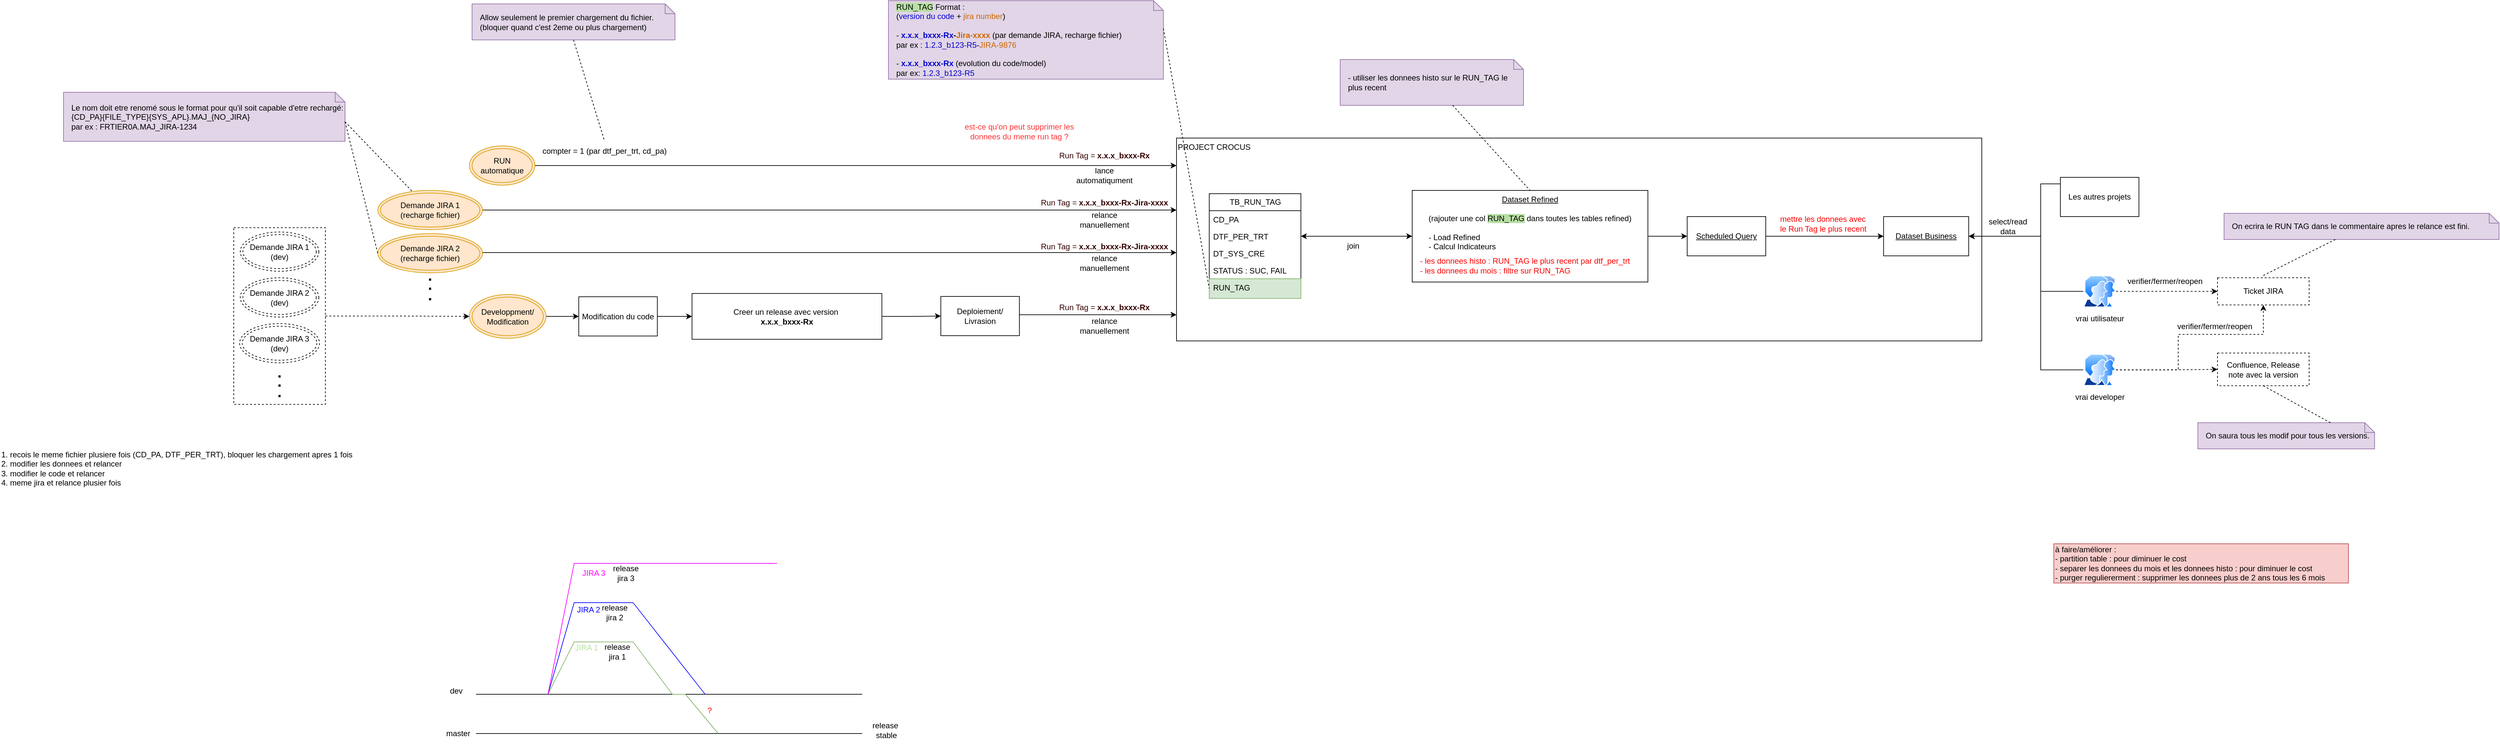
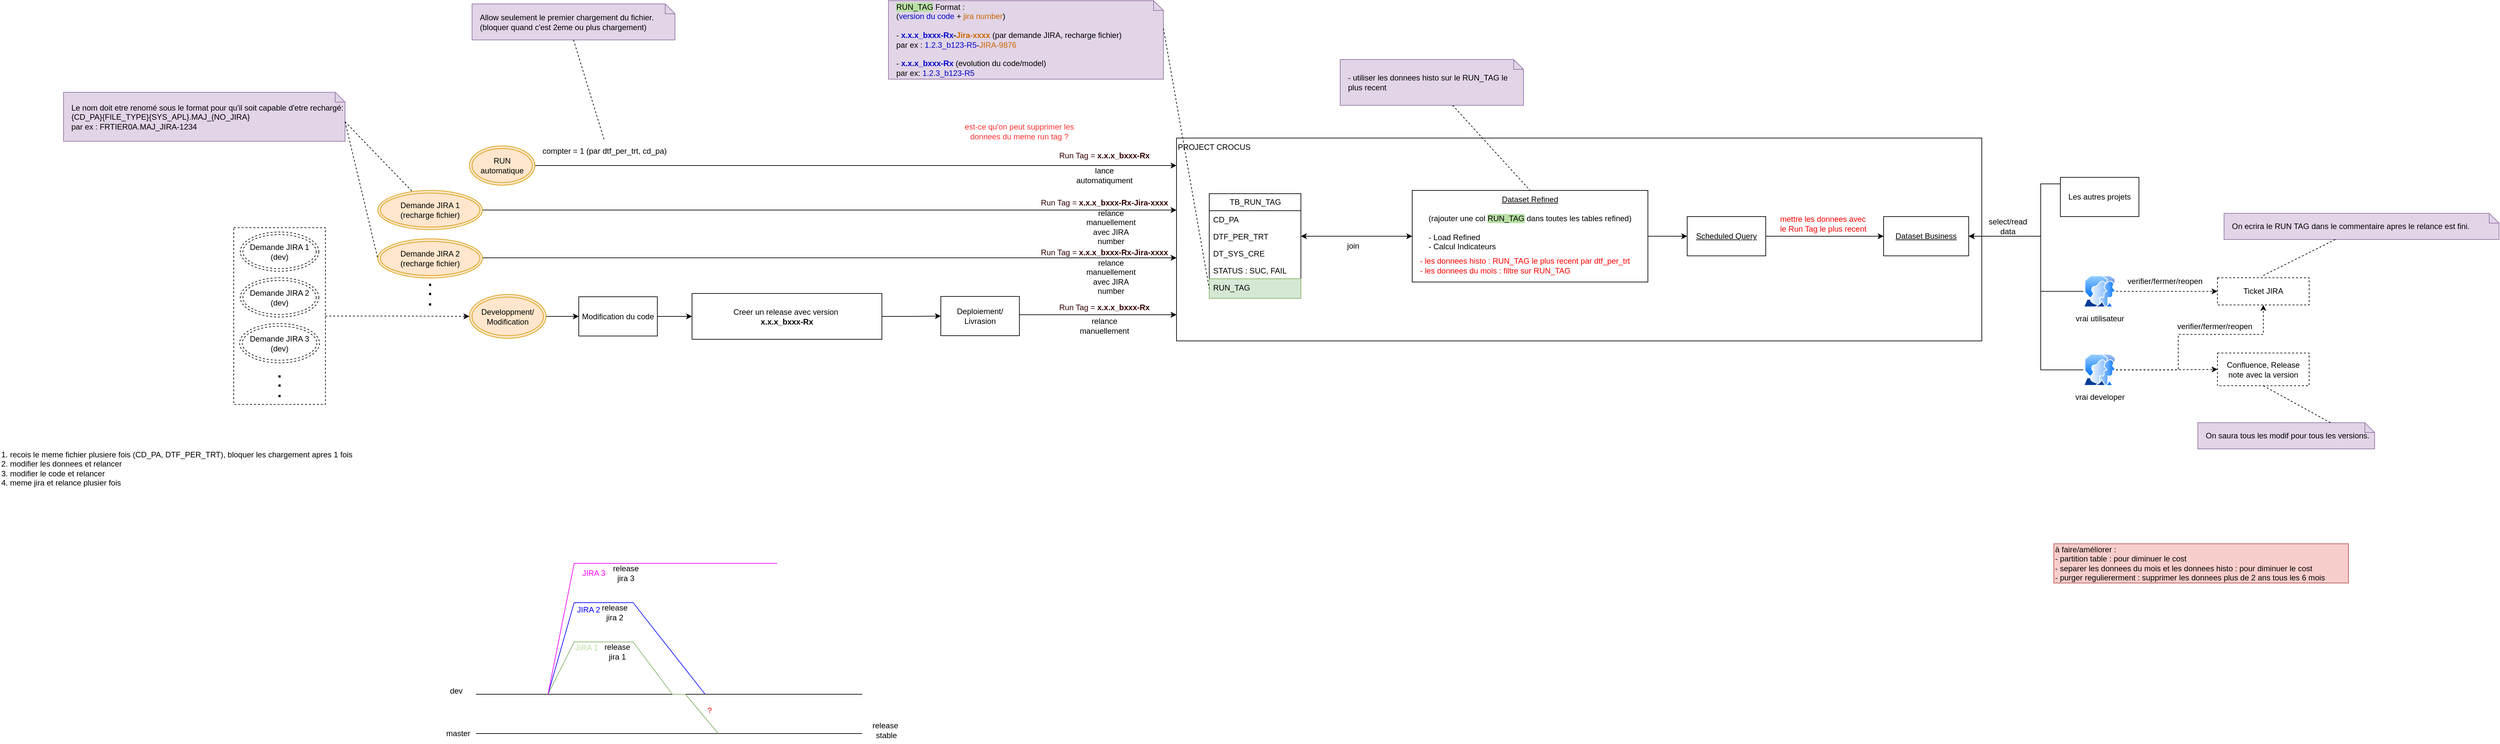
<mxfile host="app.diagrams.net">
  <diagram name="Page-1" id="bEAYSmEDHXBXhFzCy1HB">
-     <mxGraphModel dx="3279" dy="1847" grid="1" gridSize="10" guides="1" tooltips="1" connect="1" arrows="1" fold="1" page="1" pageScale="1" pageWidth="827" pageHeight="1169" math="0" shadow="0">
+     <mxGraphModel dx="3038" dy="1747" grid="1" gridSize="10" guides="1" tooltips="1" connect="1" arrows="1" fold="1" page="1" pageScale="1" pageWidth="827" pageHeight="1169" math="0" shadow="0">
      <root>
        <mxCell id="0" />
        <mxCell id="1" parent="0" />
        <mxCell id="cKu8MT6L8Fp_BZaxLZj7-22" edge="1" parent="1" source="cKu8MT6L8Fp_BZaxLZj7-16" style="edgeStyle=orthogonalEdgeStyle;rounded=0;orthogonalLoop=1;jettySize=auto;html=1;dashed=1;" target="QUzsFoNl6aFI_2ed8XXq-33">
          <mxGeometry relative="1" as="geometry">
            <Array as="points" />
            <mxPoint x="-937.4999999999995" y="382" as="sourcePoint" />
            <mxPoint x="-602.4999999999995" y="365" as="targetPoint" />
          </mxGeometry>
        </mxCell>
        <mxCell id="cKu8MT6L8Fp_BZaxLZj7-16" parent="1" style="rounded=0;whiteSpace=wrap;html=1;dashed=1;" value="" vertex="1">
          <mxGeometry height="270" width="140" x="-1070" y="247" as="geometry" />
        </mxCell>
        <mxCell id="QUzsFoNl6aFI_2ed8XXq-13" parent="1" style="rounded=0;whiteSpace=wrap;html=1;align=left;verticalAlign=top;" value="PROJECT CROCUS" vertex="1">
          <mxGeometry height="310" width="1230" x="370" y="110" as="geometry" />
        </mxCell>
        <mxCell id="QUzsFoNl6aFI_2ed8XXq-1" parent="1" style="swimlane;fontStyle=0;childLayout=stackLayout;horizontal=1;startSize=26;fillColor=none;horizontalStack=0;resizeParent=1;resizeParentMax=0;resizeLast=0;collapsible=1;marginBottom=0;html=1;" value="TB_RUN_TAG" vertex="1">
          <mxGeometry height="160" width="140" x="420" y="195" as="geometry" />
        </mxCell>
        <mxCell id="QUzsFoNl6aFI_2ed8XXq-2" parent="QUzsFoNl6aFI_2ed8XXq-1" style="text;strokeColor=none;fillColor=none;align=left;verticalAlign=top;spacingLeft=4;spacingRight=4;overflow=hidden;rotatable=0;points=[[0,0.5],[1,0.5]];portConstraint=eastwest;whiteSpace=wrap;html=1;" value="CD_PA" vertex="1">
          <mxGeometry height="26" width="140" y="26" as="geometry" />
        </mxCell>
        <mxCell id="QUzsFoNl6aFI_2ed8XXq-3" parent="QUzsFoNl6aFI_2ed8XXq-1" style="text;strokeColor=none;fillColor=none;align=left;verticalAlign=top;spacingLeft=4;spacingRight=4;overflow=hidden;rotatable=0;points=[[0,0.5],[1,0.5]];portConstraint=eastwest;whiteSpace=wrap;html=1;" value="DTF_PER_TRT" vertex="1">
          <mxGeometry height="26" width="140" y="52" as="geometry" />
        </mxCell>
        <mxCell id="QUzsFoNl6aFI_2ed8XXq-4" parent="QUzsFoNl6aFI_2ed8XXq-1" style="text;strokeColor=none;fillColor=none;align=left;verticalAlign=top;spacingLeft=4;spacingRight=4;overflow=hidden;rotatable=0;points=[[0,0.5],[1,0.5]];portConstraint=eastwest;whiteSpace=wrap;html=1;" value="DT_SYS_CRE" vertex="1">
          <mxGeometry height="26" width="140" y="78" as="geometry" />
        </mxCell>
        <mxCell id="QUzsFoNl6aFI_2ed8XXq-105" parent="QUzsFoNl6aFI_2ed8XXq-1" style="text;strokeColor=none;fillColor=none;align=left;verticalAlign=top;spacingLeft=4;spacingRight=4;overflow=hidden;rotatable=0;points=[[0,0.5],[1,0.5]];portConstraint=eastwest;whiteSpace=wrap;html=1;" value="STATUS : SUC, FAIL" vertex="1">
          <mxGeometry height="26" width="140" y="104" as="geometry" />
        </mxCell>
        <mxCell id="QUzsFoNl6aFI_2ed8XXq-5" parent="QUzsFoNl6aFI_2ed8XXq-1" style="text;strokeColor=#82b366;fillColor=#d5e8d4;align=left;verticalAlign=top;spacingLeft=4;spacingRight=4;overflow=hidden;rotatable=0;points=[[0,0.5],[1,0.5]];portConstraint=eastwest;whiteSpace=wrap;html=1;" value="RUN_TAG" vertex="1">
          <mxGeometry height="30" width="140" y="130" as="geometry" />
        </mxCell>
        <mxCell id="QUzsFoNl6aFI_2ed8XXq-7" parent="1" style="shape=note;size=15;align=left;spacingLeft=10;html=1;whiteSpace=wrap;fillColor=#e1d5e7;strokeColor=#9673a6;" value="&lt;span style=&quot;background-color: rgb(185, 224, 165);&quot;&gt;RUN_TAG&lt;/span&gt; Format :&amp;nbsp;&lt;div&gt;(&lt;font style=&quot;color: rgb(0, 0, 204);&quot;&gt;version du code&lt;/font&gt; +&lt;font style=&quot;color: rgb(204, 102, 0);&quot;&gt; &lt;font&gt;jira number&lt;/font&gt;&lt;/font&gt;)&lt;/div&gt;&lt;div&gt;&lt;br&gt;&lt;div&gt;- &lt;b&gt;&lt;font style=&quot;color: rgb(0, 0, 204);&quot;&gt;x.x.x_bxxx-Rx&lt;/font&gt;-&lt;font style=&quot;color: rgb(204, 102, 0);&quot;&gt;Jira-xxxx&lt;/font&gt;&lt;/b&gt; (par demande JIRA, recharge fichier)&amp;nbsp;&lt;/div&gt;&lt;div&gt;par ex : &lt;font style=&quot;color: rgb(0, 0, 204);&quot;&gt;1.2.3_b123-R5&lt;/font&gt;-&lt;font style=&quot;color: rgb(204, 102, 0);&quot;&gt;JIRA-9876&lt;/font&gt;&lt;/div&gt;&lt;div&gt;&lt;br&gt;&lt;/div&gt;&lt;div&gt;-&lt;b&gt; &lt;font style=&quot;color: rgb(0, 0, 204);&quot;&gt;x.x.x_bxxx-Rx&lt;/font&gt;&lt;/b&gt; (evolution du code/model)&lt;/div&gt;&lt;div&gt;&lt;span style=&quot;background-color: transparent; color: light-dark(rgb(0, 0, 0), rgb(255, 255, 255));&quot;&gt;par ex: &lt;/span&gt;&lt;span style=&quot;background-color: transparent;&quot;&gt;&lt;font style=&quot;color: light-dark(rgb(0, 0, 204), rgb(255, 255, 255));&quot;&gt;1.2.3_b123-R5&lt;/font&gt;&lt;/span&gt;&lt;/div&gt;&lt;/div&gt;" vertex="1">
          <mxGeometry height="120" width="420" x="-70" y="-100" as="geometry" />
        </mxCell>
        <mxCell id="QUzsFoNl6aFI_2ed8XXq-8" edge="1" parent="1" source="QUzsFoNl6aFI_2ed8XXq-7" style="edgeStyle=none;endArrow=none;exitX=0;exitY=0;dashed=1;html=1;rounded=0;entryX=0;entryY=0.5;entryDx=0;entryDy=0;exitDx=420;exitDy=42.5;exitPerimeter=0;" target="QUzsFoNl6aFI_2ed8XXq-5" value="">
          <mxGeometry relative="1" x="1" as="geometry">
            <mxPoint x="590" y="660" as="targetPoint" />
          </mxGeometry>
        </mxCell>
        <mxCell id="QUzsFoNl6aFI_2ed8XXq-10" parent="1" style="rounded=0;whiteSpace=wrap;html=1;dashed=1;" value="Confluence, Release note avec la v&lt;span style=&quot;background-color: transparent; color: light-dark(rgb(0, 0, 0), rgb(255, 255, 255));&quot;&gt;ersion&lt;/span&gt;" vertex="1">
          <mxGeometry height="50" width="140" x="1960" y="438.5" as="geometry" />
        </mxCell>
        <mxCell id="QUzsFoNl6aFI_2ed8XXq-11" parent="1" style="rounded=0;whiteSpace=wrap;html=1;dashed=1;" value="Ticket JIRA" vertex="1">
          <mxGeometry height="41.5" width="140" x="1960" y="323.5" as="geometry" />
        </mxCell>
        <mxCell id="QUzsFoNl6aFI_2ed8XXq-42" edge="1" parent="1" source="QUzsFoNl6aFI_2ed8XXq-12" style="edgeStyle=orthogonalEdgeStyle;rounded=0;orthogonalLoop=1;jettySize=auto;html=1;entryX=1;entryY=0.5;entryDx=0;entryDy=0;startArrow=classic;startFill=1;" target="QUzsFoNl6aFI_2ed8XXq-3">
          <mxGeometry relative="1" as="geometry" />
        </mxCell>
        <mxCell id="QUzsFoNl6aFI_2ed8XXq-50" edge="1" parent="1" source="QUzsFoNl6aFI_2ed8XXq-12" style="edgeStyle=orthogonalEdgeStyle;rounded=0;orthogonalLoop=1;jettySize=auto;html=1;" target="QUzsFoNl6aFI_2ed8XXq-46">
          <mxGeometry relative="1" as="geometry">
            <Array as="points" />
          </mxGeometry>
        </mxCell>
        <mxCell id="QUzsFoNl6aFI_2ed8XXq-12" parent="1" style="rounded=0;whiteSpace=wrap;html=1;verticalAlign=top;" value="&lt;u&gt;Dataset Refined&lt;/u&gt;&lt;div&gt;&lt;u&gt;&lt;br&gt;&lt;/u&gt;&lt;div&gt;(rajouter une col &lt;span style=&quot;background-color: rgb(185, 224, 165);&quot;&gt;RUN_TAG&lt;/span&gt;&lt;span&gt; &lt;/span&gt;dans toutes les tables refined)&lt;/div&gt;&lt;div&gt;&lt;br&gt;&lt;/div&gt;&lt;div style=&quot;text-align: left;&quot;&gt;- Load Refined&amp;nbsp; &amp;nbsp; &amp;nbsp; &amp;nbsp;&lt;/div&gt;&lt;div style=&quot;text-align: left;&quot;&gt;- Calcul Indicateurs&lt;/div&gt;&lt;/div&gt;" vertex="1">
          <mxGeometry height="140" width="360" x="730" y="190" as="geometry" />
        </mxCell>
        <mxCell id="QUzsFoNl6aFI_2ed8XXq-27" edge="1" parent="1" source="QUzsFoNl6aFI_2ed8XXq-33" style="edgeStyle=orthogonalEdgeStyle;rounded=0;orthogonalLoop=1;jettySize=auto;html=1;entryX=0;entryY=0.5;entryDx=0;entryDy=0;" target="QUzsFoNl6aFI_2ed8XXq-23">
          <mxGeometry relative="1" as="geometry">
            <mxPoint x="-740" y="198" as="sourcePoint" />
          </mxGeometry>
        </mxCell>
        <mxCell id="QUzsFoNl6aFI_2ed8XXq-19" parent="1" style="text;html=1;whiteSpace=wrap;strokeColor=none;fillColor=none;align=center;verticalAlign=middle;rounded=0;fontColor=#330000;" value="&lt;font style=&quot;&quot;&gt;Run Tag =&amp;nbsp;&lt;/font&gt;&lt;b style=&quot;text-align: left;&quot;&gt;x.x.x_bxxx-Rx-Jira-xxxx&lt;/b&gt;" vertex="1">
-           <mxGeometry height="30" width="200" x="160" y="260.5" as="geometry" />
+           <mxGeometry height="30" width="200" x="160" y="269.5" as="geometry" />
        </mxCell>
        <mxCell id="cKu8MT6L8Fp_BZaxLZj7-37" edge="1" parent="1" source="QUzsFoNl6aFI_2ed8XXq-23" style="edgeStyle=orthogonalEdgeStyle;rounded=0;orthogonalLoop=1;jettySize=auto;html=1;" target="QUzsFoNl6aFI_2ed8XXq-25">
          <mxGeometry relative="1" as="geometry" />
        </mxCell>
        <mxCell id="QUzsFoNl6aFI_2ed8XXq-23" parent="1" style="rounded=0;whiteSpace=wrap;html=1;" value="Modification du code" vertex="1">
          <mxGeometry height="60" width="120" x="-543" y="352.5" as="geometry" />
        </mxCell>
        <mxCell id="QUzsFoNl6aFI_2ed8XXq-31" edge="1" parent="1" source="QUzsFoNl6aFI_2ed8XXq-24" style="edgeStyle=orthogonalEdgeStyle;rounded=0;orthogonalLoop=1;jettySize=auto;html=1;" target="QUzsFoNl6aFI_2ed8XXq-13">
          <mxGeometry relative="1" as="geometry">
            <Array as="points">
              <mxPoint x="180" y="380" />
              <mxPoint x="180" y="380" />
            </Array>
            <mxPoint x="380" y="373" as="targetPoint" />
          </mxGeometry>
        </mxCell>
        <mxCell id="QUzsFoNl6aFI_2ed8XXq-24" parent="1" style="rounded=0;whiteSpace=wrap;html=1;" value="Deploiement/ Livrasion" vertex="1">
          <mxGeometry height="60" width="120" x="10" y="352" as="geometry" />
        </mxCell>
        <mxCell id="cKu8MT6L8Fp_BZaxLZj7-38" edge="1" parent="1" source="QUzsFoNl6aFI_2ed8XXq-25" style="edgeStyle=orthogonalEdgeStyle;rounded=0;orthogonalLoop=1;jettySize=auto;html=1;" target="QUzsFoNl6aFI_2ed8XXq-24">
          <mxGeometry relative="1" as="geometry" />
        </mxCell>
        <mxCell id="QUzsFoNl6aFI_2ed8XXq-25" parent="1" style="rounded=0;whiteSpace=wrap;html=1;" value="Creer un release avec version&amp;nbsp;&lt;div&gt;&lt;span style=&quot;text-align: left;&quot;&gt;&lt;b&gt;x.x.x_bxxx-Rx&lt;/b&gt;&lt;/span&gt;&lt;/div&gt;" vertex="1">
          <mxGeometry height="70" width="290" x="-370" y="347.5" as="geometry" />
        </mxCell>
        <mxCell id="QUzsFoNl6aFI_2ed8XXq-33" parent="1" style="ellipse;shape=doubleEllipse;whiteSpace=wrap;html=1;fillColor=#ffe6cc;strokeColor=#d79b00;" value="Developpment/&lt;div&gt;Modification&lt;/div&gt;" vertex="1">
          <mxGeometry height="67" width="117" x="-710" y="349" as="geometry" />
        </mxCell>
-         <mxCell id="cKu8MT6L8Fp_BZaxLZj7-5" edge="1" parent="1" style="edgeStyle=orthogonalEdgeStyle;rounded=0;orthogonalLoop=1;jettySize=auto;html=1;" target="QUzsFoNl6aFI_2ed8XXq-13">
-           <mxGeometry relative="1" as="geometry">
-             <Array as="points">
-               <mxPoint x="110" y="285" />
-               <mxPoint x="110" y="285" />
-             </Array>
-             <mxPoint x="-690.0000000000005" y="285" as="sourcePoint" />
-             <mxPoint x="380" y="285" as="targetPoint" />
+         <mxCell id="cKu8MT6L8Fp_BZaxLZj7-5" edge="1" parent="1" style="edgeStyle=orthogonalEdgeStyle;rounded=0;orthogonalLoop=1;jettySize=auto;html=1;">
+           <mxGeometry relative="1" as="geometry">
+             <Array as="points">
+               <mxPoint x="110" y="293" />
+               <mxPoint x="110" y="293" />
+             </Array>
+             <mxPoint x="-690.0000000000005" y="293" as="sourcePoint" />
+             <mxPoint x="370" y="293" as="targetPoint" />
          </mxGeometry>
        </mxCell>
        <mxCell id="QUzsFoNl6aFI_2ed8XXq-34" parent="1" style="ellipse;shape=doubleEllipse;whiteSpace=wrap;html=1;fillColor=#ffe6cc;strokeColor=#d79b00;" value="Demande JIRA 2&lt;div&gt;(recharge fichier)&lt;/div&gt;" vertex="1">
-           <mxGeometry height="60" width="160" x="-850" y="256" as="geometry" />
+           <mxGeometry height="60" width="160" x="-850" y="264" as="geometry" />
        </mxCell>
        <mxCell id="QUzsFoNl6aFI_2ed8XXq-36" edge="1" parent="1" source="QUzsFoNl6aFI_2ed8XXq-35" style="edgeStyle=orthogonalEdgeStyle;rounded=0;orthogonalLoop=1;jettySize=auto;html=1;" target="QUzsFoNl6aFI_2ed8XXq-13">
          <mxGeometry relative="1" as="geometry">
            <Array as="points">
              <mxPoint x="140" y="152" />
              <mxPoint x="140" y="152" />
            </Array>
            <mxPoint x="380" y="152.0588235294117" as="targetPoint" />
          </mxGeometry>
        </mxCell>
        <mxCell id="QUzsFoNl6aFI_2ed8XXq-35" parent="1" style="ellipse;shape=doubleEllipse;whiteSpace=wrap;html=1;fillColor=#ffe6cc;strokeColor=#d79b00;" value="RUN automatique" vertex="1">
          <mxGeometry height="60" width="100" x="-710" y="122" as="geometry" />
        </mxCell>
        <mxCell id="QUzsFoNl6aFI_2ed8XXq-40" parent="1" style="shape=note;size=15;align=left;spacingLeft=10;html=1;whiteSpace=wrap;fillColor=#e1d5e7;strokeColor=#9673a6;" value="&lt;div&gt;- utiliser les donnees histo sur le RUN_TAG le plus recent&lt;/div&gt;" vertex="1">
          <mxGeometry height="70" width="280" x="620" y="-10" as="geometry" />
        </mxCell>
        <mxCell id="QUzsFoNl6aFI_2ed8XXq-41" edge="1" parent="1" source="QUzsFoNl6aFI_2ed8XXq-40" style="edgeStyle=none;endArrow=none;dashed=1;html=1;rounded=0;entryX=0.5;entryY=0;entryDx=0;entryDy=0;" target="QUzsFoNl6aFI_2ed8XXq-12" value="">
          <mxGeometry relative="1" x="1" as="geometry">
            <mxPoint x="720" y="650" as="sourcePoint" />
            <mxPoint x="772" y="500" as="targetPoint" />
          </mxGeometry>
        </mxCell>
        <mxCell id="QUzsFoNl6aFI_2ed8XXq-43" parent="1" style="text;html=1;whiteSpace=wrap;strokeColor=none;fillColor=none;align=left;verticalAlign=middle;rounded=0;" value="&lt;font style=&quot;color: rgb(255, 0, 0);&quot;&gt;- les donnees histo : RUN_TAG le plus recent par dtf_per_trt&lt;/font&gt;&lt;div&gt;&lt;font style=&quot;color: rgb(255, 0, 0);&quot;&gt;- les donnees du mois : f&lt;/font&gt;&lt;span style=&quot;color: light-dark(rgb(255, 0, 0), rgb(255, 144, 144)); background-color: transparent;&quot;&gt;iltre sur RUN_TAG&lt;/span&gt;&lt;/div&gt;" vertex="1">
          <mxGeometry height="30" width="370" x="740" y="290" as="geometry" />
        </mxCell>
        <mxCell id="QUzsFoNl6aFI_2ed8XXq-45" parent="1" style="rounded=0;whiteSpace=wrap;html=1;" value="&lt;u&gt;Dataset Business&lt;/u&gt;" vertex="1">
          <mxGeometry height="60" width="130" x="1450" y="230" as="geometry" />
        </mxCell>
        <mxCell id="QUzsFoNl6aFI_2ed8XXq-48" edge="1" parent="1" source="QUzsFoNl6aFI_2ed8XXq-46" style="edgeStyle=orthogonalEdgeStyle;rounded=0;orthogonalLoop=1;jettySize=auto;html=1;" target="QUzsFoNl6aFI_2ed8XXq-45">
          <mxGeometry relative="1" as="geometry" />
        </mxCell>
        <mxCell id="QUzsFoNl6aFI_2ed8XXq-46" parent="1" style="rounded=0;whiteSpace=wrap;html=1;" value="&lt;u&gt;Scheduled Query&lt;/u&gt;" vertex="1">
          <mxGeometry height="60" width="120" x="1150" y="230" as="geometry" />
        </mxCell>
        <mxCell id="QUzsFoNl6aFI_2ed8XXq-51" parent="1" style="text;html=1;whiteSpace=wrap;strokeColor=none;fillColor=none;align=left;verticalAlign=middle;rounded=0;fontColor=#FF0000;" value="mettre les donnees avec le Run Tag le plus recent" vertex="1">
          <mxGeometry height="30" width="140" x="1290" y="226" as="geometry" />
        </mxCell>
        <mxCell id="QUzsFoNl6aFI_2ed8XXq-59" edge="1" parent="1" source="QUzsFoNl6aFI_2ed8XXq-52" style="edgeStyle=orthogonalEdgeStyle;rounded=0;orthogonalLoop=1;jettySize=auto;html=1;entryX=1;entryY=0.5;entryDx=0;entryDy=0;" target="QUzsFoNl6aFI_2ed8XXq-45">
          <mxGeometry relative="1" as="geometry">
            <Array as="points">
              <mxPoint x="1690" y="180" />
              <mxPoint x="1690" y="260" />
            </Array>
          </mxGeometry>
        </mxCell>
        <mxCell id="QUzsFoNl6aFI_2ed8XXq-52" parent="1" style="rounded=0;whiteSpace=wrap;html=1;" value="Les autres projets" vertex="1">
          <mxGeometry height="60" width="120" x="1720" y="170" as="geometry" />
        </mxCell>
        <mxCell id="QUzsFoNl6aFI_2ed8XXq-58" edge="1" parent="1" source="QUzsFoNl6aFI_2ed8XXq-57" style="edgeStyle=orthogonalEdgeStyle;rounded=0;orthogonalLoop=1;jettySize=auto;html=1;entryX=1;entryY=0.5;entryDx=0;entryDy=0;" target="QUzsFoNl6aFI_2ed8XXq-45">
          <mxGeometry relative="1" as="geometry">
            <Array as="points">
              <mxPoint x="1690" y="344" />
              <mxPoint x="1690" y="260" />
            </Array>
          </mxGeometry>
        </mxCell>
        <mxCell id="QUzsFoNl6aFI_2ed8XXq-65" edge="1" parent="1" source="QUzsFoNl6aFI_2ed8XXq-57" style="edgeStyle=orthogonalEdgeStyle;rounded=0;orthogonalLoop=1;jettySize=auto;html=1;dashed=1;" target="QUzsFoNl6aFI_2ed8XXq-11">
          <mxGeometry relative="1" as="geometry" />
        </mxCell>
        <mxCell id="QUzsFoNl6aFI_2ed8XXq-57" parent="1" style="image;aspect=fixed;perimeter=ellipsePerimeter;html=1;align=center;shadow=0;dashed=0;spacingTop=3;image=img/lib/active_directory/user_accounts.svg;" value="vrai utilisateur" vertex="1">
          <mxGeometry height="48.5" width="50" x="1755" y="320" as="geometry" />
        </mxCell>
        <mxCell id="QUzsFoNl6aFI_2ed8XXq-60" parent="1" style="text;html=1;whiteSpace=wrap;strokeColor=none;fillColor=none;align=center;verticalAlign=middle;rounded=0;" value="select/read data" vertex="1">
          <mxGeometry height="30" width="60" x="1610" y="230" as="geometry" />
        </mxCell>
        <mxCell id="QUzsFoNl6aFI_2ed8XXq-63" edge="1" parent="1" source="QUzsFoNl6aFI_2ed8XXq-62" style="edgeStyle=orthogonalEdgeStyle;rounded=0;orthogonalLoop=1;jettySize=auto;html=1;entryX=1;entryY=0.5;entryDx=0;entryDy=0;" target="QUzsFoNl6aFI_2ed8XXq-45">
          <mxGeometry relative="1" as="geometry">
            <Array as="points">
              <mxPoint x="1690" y="464" />
              <mxPoint x="1690" y="260" />
            </Array>
          </mxGeometry>
        </mxCell>
        <mxCell id="QUzsFoNl6aFI_2ed8XXq-66" edge="1" parent="1" source="QUzsFoNl6aFI_2ed8XXq-62" style="edgeStyle=orthogonalEdgeStyle;rounded=0;orthogonalLoop=1;jettySize=auto;html=1;dashed=1;" target="QUzsFoNl6aFI_2ed8XXq-10">
          <mxGeometry relative="1" as="geometry" />
        </mxCell>
        <mxCell id="QUzsFoNl6aFI_2ed8XXq-68" edge="1" parent="1" source="QUzsFoNl6aFI_2ed8XXq-62" style="edgeStyle=orthogonalEdgeStyle;rounded=0;orthogonalLoop=1;jettySize=auto;html=1;entryX=0.5;entryY=1;entryDx=0;entryDy=0;dashed=1;" target="QUzsFoNl6aFI_2ed8XXq-11">
          <mxGeometry relative="1" as="geometry">
            <Array as="points">
              <mxPoint x="1900" y="464" />
              <mxPoint x="1900" y="410" />
              <mxPoint x="2030" y="410" />
            </Array>
          </mxGeometry>
        </mxCell>
        <mxCell id="QUzsFoNl6aFI_2ed8XXq-62" parent="1" style="image;aspect=fixed;perimeter=ellipsePerimeter;html=1;align=center;shadow=0;dashed=0;spacingTop=3;image=img/lib/active_directory/user_accounts.svg;" value="vrai developer" vertex="1">
          <mxGeometry height="48.5" width="50" x="1755" y="440" as="geometry" />
        </mxCell>
        <mxCell id="QUzsFoNl6aFI_2ed8XXq-69" parent="1" style="shape=note;size=15;align=left;spacingLeft=10;html=1;whiteSpace=wrap;fillColor=#e1d5e7;strokeColor=#9673a6;" value="On ecrira le RUN TAG dans le commentaire apres le relance est fini." vertex="1">
          <mxGeometry height="40" width="420" x="1970" y="225" as="geometry" />
        </mxCell>
        <mxCell id="QUzsFoNl6aFI_2ed8XXq-70" edge="1" parent="1" source="QUzsFoNl6aFI_2ed8XXq-69" style="edgeStyle=none;endArrow=none;dashed=1;html=1;rounded=0;" value="">
          <mxGeometry relative="1" x="1" as="geometry">
            <mxPoint x="970" y="210" as="sourcePoint" />
            <mxPoint x="2030" y="320" as="targetPoint" />
          </mxGeometry>
        </mxCell>
        <mxCell id="QUzsFoNl6aFI_2ed8XXq-71" parent="1" style="shape=note;size=15;align=left;spacingLeft=10;html=1;whiteSpace=wrap;fillColor=#e1d5e7;strokeColor=#9673a6;" value="On saura tous les modif pour tous les versions." vertex="1">
          <mxGeometry height="40" width="270" x="1930" y="545" as="geometry" />
        </mxCell>
        <mxCell id="QUzsFoNl6aFI_2ed8XXq-72" edge="1" parent="1" source="QUzsFoNl6aFI_2ed8XXq-71" style="edgeStyle=none;endArrow=none;dashed=1;html=1;rounded=0;entryX=0.5;entryY=1;entryDx=0;entryDy=0;exitX=0;exitY=0;exitDx=202.5;exitDy=0;exitPerimeter=0;" target="QUzsFoNl6aFI_2ed8XXq-10" value="">
          <mxGeometry relative="1" x="1" as="geometry">
            <mxPoint x="2180" y="470" as="sourcePoint" />
            <mxPoint x="2070" y="525" as="targetPoint" />
          </mxGeometry>
        </mxCell>
        <mxCell id="QUzsFoNl6aFI_2ed8XXq-74" parent="1" style="rounded=0;whiteSpace=wrap;html=1;align=left;fillColor=#f8cecc;strokeColor=#b85450;" value="à faire/améliorer :&lt;div&gt;- partition table : pour diminuer le cost&lt;/div&gt;&lt;div&gt;- separer les donnees du mois et les donnees histo&amp;nbsp;&lt;span style=&quot;background-color: transparent; color: light-dark(rgb(0, 0, 0), rgb(255, 255, 255));&quot;&gt;: pour diminuer le cost&lt;/span&gt;&lt;/div&gt;&lt;div&gt;&lt;span style=&quot;background-color: transparent; color: light-dark(rgb(0, 0, 0), rgb(255, 255, 255));&quot;&gt;- purger reguliererment : supprimer les donnees plus de 2 ans tous les 6 mois&lt;/span&gt;&lt;/div&gt;" vertex="1">
          <mxGeometry height="60" width="450" x="1710" y="730" as="geometry" />
        </mxCell>
        <mxCell id="QUzsFoNl6aFI_2ed8XXq-76" parent="1" style="text;html=1;whiteSpace=wrap;strokeColor=none;fillColor=none;align=center;verticalAlign=middle;rounded=0;" value="join" vertex="1">
          <mxGeometry height="30" width="60" x="610" y="260" as="geometry" />
        </mxCell>
        <mxCell id="QUzsFoNl6aFI_2ed8XXq-81" edge="1" parent="1" style="endArrow=none;html=1;rounded=0;" value="">
          <mxGeometry height="50" relative="1" width="50" as="geometry">
            <mxPoint x="-700" y="960" as="sourcePoint" />
            <mxPoint x="-110" y="960" as="targetPoint" />
          </mxGeometry>
        </mxCell>
        <mxCell id="QUzsFoNl6aFI_2ed8XXq-83" edge="1" parent="1" style="endArrow=none;html=1;rounded=0;fillColor=#d5e8d4;strokeColor=#82b366;" value="">
          <mxGeometry height="50" relative="1" width="50" as="geometry">
            <Array as="points">
              <mxPoint x="-550" y="880" />
            </Array>
            <mxPoint x="-590" y="960" as="sourcePoint" />
            <mxPoint x="-460" y="880" as="targetPoint" />
          </mxGeometry>
        </mxCell>
        <mxCell id="QUzsFoNl6aFI_2ed8XXq-84" parent="1" style="text;html=1;whiteSpace=wrap;strokeColor=none;fillColor=none;align=center;verticalAlign=middle;rounded=0;" value="dev" vertex="1">
          <mxGeometry height="30" width="60" x="-760" y="940" as="geometry" />
        </mxCell>
        <mxCell id="QUzsFoNl6aFI_2ed8XXq-85" edge="1" parent="1" style="endArrow=none;html=1;rounded=0;strokeColor=#0000FF;" value="">
          <mxGeometry height="50" relative="1" width="50" as="geometry">
            <Array as="points">
              <mxPoint x="-550" y="820" />
            </Array>
            <mxPoint x="-590" y="960" as="sourcePoint" />
            <mxPoint x="-460" y="820" as="targetPoint" />
          </mxGeometry>
        </mxCell>
        <mxCell id="QUzsFoNl6aFI_2ed8XXq-86" edge="1" parent="1" style="endArrow=none;html=1;rounded=0;strokeColor=#FF00FF;" value="">
          <mxGeometry height="50" relative="1" width="50" as="geometry">
            <Array as="points">
              <mxPoint x="-550" y="760" />
            </Array>
            <mxPoint x="-590" y="960" as="sourcePoint" />
            <mxPoint x="-240" y="760" as="targetPoint" />
          </mxGeometry>
        </mxCell>
        <mxCell id="QUzsFoNl6aFI_2ed8XXq-87" parent="1" style="text;html=1;whiteSpace=wrap;strokeColor=none;fillColor=none;align=center;verticalAlign=middle;rounded=0;fontColor=#B9E0A5;" value="JIRA 1" vertex="1">
          <mxGeometry height="30" width="60" x="-561" y="874" as="geometry" />
        </mxCell>
        <mxCell id="QUzsFoNl6aFI_2ed8XXq-88" parent="1" style="text;html=1;whiteSpace=wrap;strokeColor=none;fillColor=none;align=center;verticalAlign=middle;rounded=0;fontColor=#0000FF;" value="JIRA 2" vertex="1">
          <mxGeometry height="30" width="60" x="-558" y="816" as="geometry" />
        </mxCell>
        <mxCell id="QUzsFoNl6aFI_2ed8XXq-89" parent="1" style="text;html=1;whiteSpace=wrap;strokeColor=none;fillColor=none;align=center;verticalAlign=middle;rounded=0;fontColor=#FF00FF;" value="JIRA 3" vertex="1">
          <mxGeometry height="30" width="60" x="-550" y="760" as="geometry" />
        </mxCell>
        <mxCell id="QUzsFoNl6aFI_2ed8XXq-90" edge="1" parent="1" style="endArrow=none;html=1;rounded=0;" value="">
          <mxGeometry height="50" relative="1" width="50" as="geometry">
            <mxPoint x="-700" y="1020" as="sourcePoint" />
            <mxPoint x="-110" y="1020" as="targetPoint" />
          </mxGeometry>
        </mxCell>
        <mxCell id="QUzsFoNl6aFI_2ed8XXq-91" parent="1" style="text;html=1;whiteSpace=wrap;strokeColor=none;fillColor=none;align=center;verticalAlign=middle;rounded=0;" value="master" vertex="1">
          <mxGeometry height="30" width="60" x="-757" y="1005" as="geometry" />
        </mxCell>
        <mxCell id="QUzsFoNl6aFI_2ed8XXq-92" edge="1" parent="1" style="endArrow=none;html=1;rounded=0;fillColor=#d5e8d4;strokeColor=#82b366;" value="">
          <mxGeometry height="50" relative="1" width="50" as="geometry">
            <mxPoint x="-460" y="880" as="sourcePoint" />
            <mxPoint x="-400" y="960" as="targetPoint" />
          </mxGeometry>
        </mxCell>
        <mxCell id="QUzsFoNl6aFI_2ed8XXq-94" edge="1" parent="1" style="endArrow=none;html=1;rounded=0;strokeColor=#0000FF;" value="">
          <mxGeometry height="50" relative="1" width="50" as="geometry">
            <mxPoint x="-460" y="820" as="sourcePoint" />
            <mxPoint x="-350" y="960" as="targetPoint" />
          </mxGeometry>
        </mxCell>
        <mxCell id="QUzsFoNl6aFI_2ed8XXq-95" edge="1" parent="1" style="endArrow=none;html=1;rounded=0;fillColor=#d5e8d4;strokeColor=#82b366;" value="">
          <mxGeometry height="50" relative="1" width="50" as="geometry">
            <mxPoint x="-380" y="960" as="sourcePoint" />
            <mxPoint x="-330" y="1020" as="targetPoint" />
          </mxGeometry>
        </mxCell>
        <mxCell id="QUzsFoNl6aFI_2ed8XXq-96" edge="1" parent="1" style="endArrow=none;html=1;rounded=0;fillColor=#d5e8d4;strokeColor=#82b366;" value="">
          <mxGeometry height="50" relative="1" width="50" as="geometry">
            <mxPoint x="-400" y="960" as="sourcePoint" />
            <mxPoint x="-380" y="960" as="targetPoint" />
          </mxGeometry>
        </mxCell>
        <mxCell id="QUzsFoNl6aFI_2ed8XXq-98" parent="1" style="text;html=1;whiteSpace=wrap;strokeColor=none;fillColor=none;align=center;verticalAlign=middle;rounded=0;" value="release jira 2" vertex="1">
          <mxGeometry height="30" width="60" x="-518" y="820" as="geometry" />
        </mxCell>
        <mxCell id="QUzsFoNl6aFI_2ed8XXq-99" parent="1" style="text;html=1;whiteSpace=wrap;strokeColor=none;fillColor=none;align=center;verticalAlign=middle;rounded=0;" value="release jira 1" vertex="1">
          <mxGeometry height="30" width="60" x="-514" y="880" as="geometry" />
        </mxCell>
        <mxCell id="QUzsFoNl6aFI_2ed8XXq-100" parent="1" style="text;html=1;whiteSpace=wrap;strokeColor=none;fillColor=none;align=center;verticalAlign=middle;rounded=0;" value="release jira 3" vertex="1">
          <mxGeometry height="30" width="60" x="-501" y="760" as="geometry" />
        </mxCell>
        <mxCell id="QUzsFoNl6aFI_2ed8XXq-101" parent="1" style="text;html=1;whiteSpace=wrap;strokeColor=none;fillColor=none;align=center;verticalAlign=middle;rounded=0;" value="release&amp;nbsp; stable" vertex="1">
          <mxGeometry height="30" width="60" x="-103" y="1000" as="geometry" />
        </mxCell>
        <mxCell id="QUzsFoNl6aFI_2ed8XXq-103" parent="1" style="text;html=1;whiteSpace=wrap;strokeColor=none;fillColor=none;align=center;verticalAlign=middle;rounded=0;fontColor=#FF0000;" value="?" vertex="1">
          <mxGeometry height="30" width="60" x="-373" y="970" as="geometry" />
        </mxCell>
        <mxCell id="QUzsFoNl6aFI_2ed8XXq-104" parent="1" style="text;html=1;whiteSpace=wrap;strokeColor=none;fillColor=none;align=center;verticalAlign=middle;rounded=0;" value="compter = 1 (par dtf_per_trt, cd_pa)" vertex="1">
          <mxGeometry height="30" width="227" x="-617" y="115" as="geometry" />
        </mxCell>
        <mxCell id="QUzsFoNl6aFI_2ed8XXq-106" parent="1" style="text;html=1;whiteSpace=wrap;strokeColor=none;fillColor=none;align=left;verticalAlign=middle;rounded=0;" value="1. recois le meme fichier plusiere fois (CD_PA, DTF_PER_TRT), bloquer les chargement apres 1 fois&lt;div&gt;2. modifier les donnees et relancer&lt;/div&gt;&lt;div&gt;3. modifier le code et relancer&lt;/div&gt;&lt;div&gt;4.&amp;nbsp;&lt;span style=&quot;text-align: center; background-color: transparent; color: light-dark(rgb(0, 0, 0), rgb(255, 255, 255));&quot;&gt;meme jira et relance plusier fois&lt;/span&gt;&lt;/div&gt;" vertex="1">
          <mxGeometry height="30" width="600" x="-1427" y="600" as="geometry" />
        </mxCell>
        <mxCell id="cKu8MT6L8Fp_BZaxLZj7-1" parent="1" style="shape=note;size=15;align=left;spacingLeft=10;html=1;whiteSpace=wrap;fillColor=#e1d5e7;strokeColor=#9673a6;labelBackgroundColor=none;" value="&lt;span style=&quot;&quot;&gt;Allow seulement le premier chargement du fichier.&lt;br&gt;(bloquer quand c&#39;est 2eme ou plus chargement)&lt;/span&gt;" vertex="1">
          <mxGeometry height="55" width="310" x="-706" y="-95" as="geometry" />
        </mxCell>
        <mxCell id="cKu8MT6L8Fp_BZaxLZj7-2" edge="1" parent="1" source="cKu8MT6L8Fp_BZaxLZj7-1" style="edgeStyle=none;endArrow=none;exitX=0.5;exitY=1;dashed=1;html=1;rounded=0;entryX=0.5;entryY=0;entryDx=0;entryDy=0;exitDx=0;exitDy=0;exitPerimeter=0;" target="QUzsFoNl6aFI_2ed8XXq-104" value="">
          <mxGeometry relative="1" x="1" as="geometry">
            <mxPoint x="590" y="300" as="sourcePoint" />
            <mxPoint x="680" y="507" as="targetPoint" />
          </mxGeometry>
        </mxCell>
        <mxCell id="cKu8MT6L8Fp_BZaxLZj7-3" parent="1" style="ellipse;shape=doubleEllipse;whiteSpace=wrap;html=1;dashed=1;" value="Demande JIRA 1&lt;div&gt;(dev)&lt;/div&gt;" vertex="1">
          <mxGeometry height="60" width="120" x="-1060" y="253.5" as="geometry" />
        </mxCell>
        <mxCell id="cKu8MT6L8Fp_BZaxLZj7-7" parent="1" style="text;html=1;whiteSpace=wrap;strokeColor=none;fillColor=none;align=center;verticalAlign=middle;rounded=0;fontColor=#330000;" value="&lt;font style=&quot;&quot;&gt;Run Tag =&amp;nbsp;&lt;b style=&quot;text-align: left;&quot;&gt;x.x.x_bxxx-Rx&lt;/b&gt;&lt;/font&gt;" vertex="1">
          <mxGeometry height="30" width="200" x="160" y="122" as="geometry" />
        </mxCell>
        <mxCell id="cKu8MT6L8Fp_BZaxLZj7-11" parent="1" style="shape=note;size=15;align=left;spacingLeft=10;html=1;whiteSpace=wrap;fillColor=#e1d5e7;strokeColor=#9673a6;labelBackgroundColor=none;" value="&lt;span style=&quot;&quot;&gt;Le nom doit etre renomé sous le format pour qu&#39;il soit capable d&#39;etre rechargé:&lt;br&gt;{CD_PA}{FILE_TYPE}{SYS_APL}.MAJ_{NO_JIRA}&lt;/span&gt;&lt;div&gt;&lt;span style=&quot;&quot;&gt;par ex : FRTIER0A.MAJ_JIRA-1234&lt;/span&gt;&lt;/div&gt;" vertex="1">
          <mxGeometry height="75" width="430" x="-1330" y="40" as="geometry" />
        </mxCell>
        <mxCell id="cKu8MT6L8Fp_BZaxLZj7-14" parent="1" style="ellipse;shape=doubleEllipse;whiteSpace=wrap;html=1;dashed=1;" value="Demande JIRA 2&lt;div&gt;(dev)&lt;/div&gt;" vertex="1">
          <mxGeometry height="60" width="120" x="-1060" y="323.5" as="geometry" />
        </mxCell>
        <mxCell id="cKu8MT6L8Fp_BZaxLZj7-15" parent="1" style="ellipse;shape=doubleEllipse;whiteSpace=wrap;html=1;dashed=1;" value="Demande JIRA 3&lt;div&gt;(dev)&lt;/div&gt;" vertex="1">
          <mxGeometry height="60" width="122" x="-1061" y="393.5" as="geometry" />
        </mxCell>
        <mxCell id="cKu8MT6L8Fp_BZaxLZj7-19" parent="1" style="text;html=1;whiteSpace=wrap;strokeColor=none;fillColor=none;align=center;verticalAlign=middle;rounded=0;fontSize=23;fontStyle=1" value="." vertex="1">
          <mxGeometry height="30" width="60" x="-1030" y="453.25" as="geometry" />
        </mxCell>
        <mxCell id="cKu8MT6L8Fp_BZaxLZj7-20" parent="1" style="text;html=1;whiteSpace=wrap;strokeColor=none;fillColor=none;align=center;verticalAlign=middle;rounded=0;fontSize=23;fontStyle=1" value="." vertex="1">
          <mxGeometry height="30" width="60" x="-1030" y="467" as="geometry" />
        </mxCell>
        <mxCell id="cKu8MT6L8Fp_BZaxLZj7-21" parent="1" style="text;html=1;whiteSpace=wrap;strokeColor=none;fillColor=none;align=center;verticalAlign=middle;rounded=0;fontSize=23;fontStyle=1" value="." vertex="1">
          <mxGeometry height="30" width="60" x="-1030" y="483.25" as="geometry" />
        </mxCell>
        <mxCell id="cKu8MT6L8Fp_BZaxLZj7-24" edge="1" parent="1" source="cKu8MT6L8Fp_BZaxLZj7-23" style="edgeStyle=orthogonalEdgeStyle;rounded=0;orthogonalLoop=1;jettySize=auto;html=1;" target="QUzsFoNl6aFI_2ed8XXq-13">
          <mxGeometry relative="1" as="geometry">
            <Array as="points">
              <mxPoint x="120" y="220" />
              <mxPoint x="120" y="220" />
            </Array>
          </mxGeometry>
        </mxCell>
        <mxCell id="cKu8MT6L8Fp_BZaxLZj7-23" parent="1" style="ellipse;shape=doubleEllipse;whiteSpace=wrap;html=1;fillColor=#ffe6cc;strokeColor=#d79b00;" value="Demande JIRA 1&lt;div&gt;(recharge fichier)&lt;/div&gt;" vertex="1">
          <mxGeometry height="60" width="160" x="-850" y="190" as="geometry" />
        </mxCell>
        <mxCell id="cKu8MT6L8Fp_BZaxLZj7-25" edge="1" parent="1" source="cKu8MT6L8Fp_BZaxLZj7-11" style="edgeStyle=none;endArrow=none;exitX=0;exitY=0;dashed=1;html=1;rounded=0;exitDx=430;exitDy=45;exitPerimeter=0;" target="cKu8MT6L8Fp_BZaxLZj7-23" value="">
          <mxGeometry relative="1" x="1" as="geometry">
            <mxPoint x="-520" y="10" as="sourcePoint" />
            <mxPoint x="-490" y="150" as="targetPoint" />
          </mxGeometry>
        </mxCell>
        <mxCell id="cKu8MT6L8Fp_BZaxLZj7-26" edge="1" parent="1" source="cKu8MT6L8Fp_BZaxLZj7-11" style="edgeStyle=none;endArrow=none;exitX=0;exitY=0;dashed=1;html=1;rounded=0;exitDx=430;exitDy=45;exitPerimeter=0;entryX=0;entryY=0.5;entryDx=0;entryDy=0;" target="QUzsFoNl6aFI_2ed8XXq-34" value="">
          <mxGeometry relative="1" x="1" as="geometry">
            <mxPoint x="-900" y="200" as="sourcePoint" />
            <mxPoint x="-801" y="244" as="targetPoint" />
          </mxGeometry>
        </mxCell>
        <mxCell id="cKu8MT6L8Fp_BZaxLZj7-27" parent="1" style="text;html=1;whiteSpace=wrap;strokeColor=none;fillColor=none;align=center;verticalAlign=middle;rounded=0;fontSize=23;fontStyle=1" value="." vertex="1">
-           <mxGeometry height="30" width="60" x="-800" y="305" as="geometry" />
+           <mxGeometry height="30" width="60" x="-800" y="313" as="geometry" />
        </mxCell>
        <mxCell id="cKu8MT6L8Fp_BZaxLZj7-28" parent="1" style="text;html=1;whiteSpace=wrap;strokeColor=none;fillColor=none;align=center;verticalAlign=middle;rounded=0;fontSize=23;fontStyle=1" value="." vertex="1">
-           <mxGeometry height="30" width="60" x="-800" y="335" as="geometry" />
+           <mxGeometry height="30" width="60" x="-800" y="343" as="geometry" />
        </mxCell>
        <mxCell id="cKu8MT6L8Fp_BZaxLZj7-29" parent="1" style="text;html=1;whiteSpace=wrap;strokeColor=none;fillColor=none;align=center;verticalAlign=middle;rounded=0;fontSize=23;fontStyle=1" value="." vertex="1">
-           <mxGeometry height="30" width="60" x="-800" y="318.5" as="geometry" />
+           <mxGeometry height="30" width="60" x="-800" y="326.5" as="geometry" />
        </mxCell>
        <mxCell id="cKu8MT6L8Fp_BZaxLZj7-31" parent="1" style="text;html=1;whiteSpace=wrap;strokeColor=none;fillColor=none;align=center;verticalAlign=middle;rounded=0;fontColor=#330000;" value="&lt;font style=&quot;&quot;&gt;Run Tag =&amp;nbsp;&lt;/font&gt;&lt;b style=&quot;text-align: left;&quot;&gt;x.x.x_bxxx-Rx-Jira-xxxx&lt;/b&gt;" vertex="1">
          <mxGeometry height="30" width="200" x="160" y="194" as="geometry" />
        </mxCell>
        <mxCell id="cKu8MT6L8Fp_BZaxLZj7-33" parent="1" style="text;html=1;whiteSpace=wrap;strokeColor=none;fillColor=none;align=center;verticalAlign=middle;rounded=0;fontColor=#330000;" value="&lt;font style=&quot;&quot;&gt;Run Tag =&amp;nbsp;&lt;b style=&quot;text-align: left;&quot;&gt;x.x.x_bxxx-Rx&lt;/b&gt;&lt;/font&gt;" vertex="1">
          <mxGeometry height="30" width="200" x="160" y="353.5" as="geometry" />
        </mxCell>
        <mxCell id="cKu8MT6L8Fp_BZaxLZj7-39" parent="1" style="text;html=1;whiteSpace=wrap;strokeColor=none;fillColor=none;align=center;verticalAlign=middle;rounded=0;" value="verifier/fermer/reopen" vertex="1">
          <mxGeometry height="30" width="60" x="1850" y="313.5" as="geometry" />
        </mxCell>
        <mxCell id="cKu8MT6L8Fp_BZaxLZj7-40" parent="1" style="text;html=1;whiteSpace=wrap;strokeColor=none;fillColor=none;align=center;verticalAlign=middle;rounded=0;" value="verifier/fermer/reopen" vertex="1">
          <mxGeometry height="30" width="60" x="1926" y="382.5" as="geometry" />
        </mxCell>
        <mxCell id="cKu8MT6L8Fp_BZaxLZj7-43" parent="1" style="text;html=1;whiteSpace=wrap;strokeColor=none;fillColor=none;align=center;verticalAlign=middle;rounded=0;fontColor=#FF3333;" value="est-ce qu&#39;on peut supprimer les donnees du meme run tag ?" vertex="1">
          <mxGeometry height="30" width="200" x="30" y="85" as="geometry" />
        </mxCell>
-         <mxCell id="joy4J5Q9jbU-j6AZ98Qk-1" parent="1" style="text;html=1;whiteSpace=wrap;strokeColor=none;fillColor=none;align=center;verticalAlign=middle;rounded=0;" value="relance manuellement" vertex="1">
-           <mxGeometry height="30" width="60" x="230" y="286" as="geometry" />
-         </mxCell>
-         <mxCell id="joy4J5Q9jbU-j6AZ98Qk-2" parent="1" style="text;html=1;whiteSpace=wrap;strokeColor=none;fillColor=none;align=center;verticalAlign=middle;rounded=0;" value="relance manuellement" vertex="1">
-           <mxGeometry height="30" width="60" x="230" y="220" as="geometry" />
+         <mxCell id="joy4J5Q9jbU-j6AZ98Qk-1" parent="1" style="text;html=1;whiteSpace=wrap;strokeColor=none;fillColor=none;align=center;verticalAlign=middle;rounded=0;" value="relance manuellement&lt;div&gt;avec JIRA number&lt;/div&gt;" vertex="1">
+           <mxGeometry height="30" width="60" x="240" y="307" as="geometry" />
+         </mxCell>
+         <mxCell id="joy4J5Q9jbU-j6AZ98Qk-2" parent="1" style="text;html=1;whiteSpace=wrap;strokeColor=none;fillColor=none;align=center;verticalAlign=middle;rounded=0;" value="relance manuellement&lt;div&gt;avec JIRA number&lt;/div&gt;" vertex="1">
+           <mxGeometry height="30" width="60" x="240" y="230.5" as="geometry" />
        </mxCell>
        <mxCell id="joy4J5Q9jbU-j6AZ98Qk-3" parent="1" style="text;html=1;whiteSpace=wrap;strokeColor=none;fillColor=none;align=center;verticalAlign=middle;rounded=0;" value="relance manuellement" vertex="1">
          <mxGeometry height="30" width="60" x="230" y="382" as="geometry" />
        </mxCell>
        <mxCell id="joy4J5Q9jbU-j6AZ98Qk-4" parent="1" style="text;html=1;whiteSpace=wrap;strokeColor=none;fillColor=none;align=center;verticalAlign=middle;rounded=0;" value="lance automatiqument" vertex="1">
          <mxGeometry height="30" width="60" x="230" y="152" as="geometry" />
        </mxCell>
      </root>
    </mxGraphModel>
  </diagram>
</mxfile>
